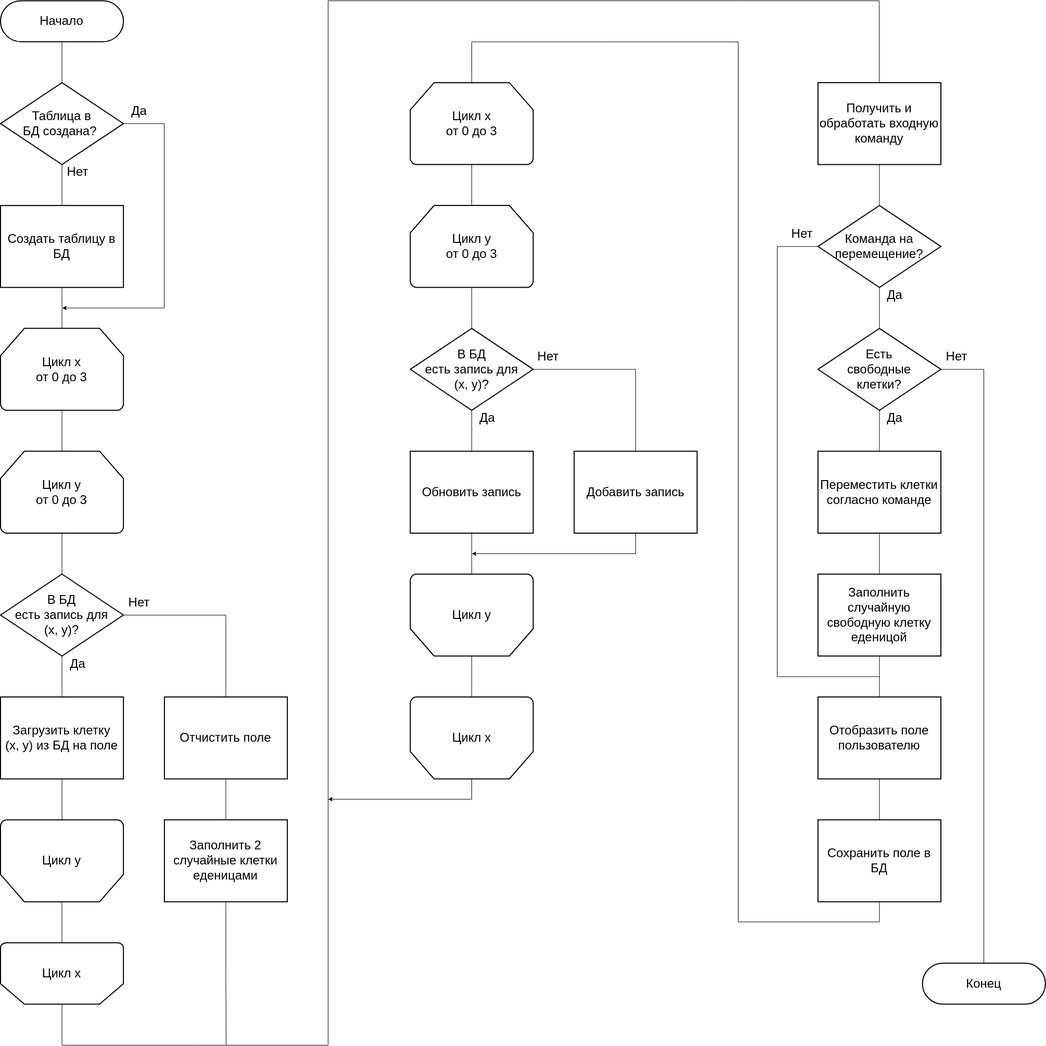
Before: diagrams/flowcharts.drawio.png, a diagram exported from draw.io (Destructor17/graduation_project_report). Source tidied: cells renumbered, new cells last; positions are measured from the earlier drawing's top-left corner, leaving out a move shared by most shapes.
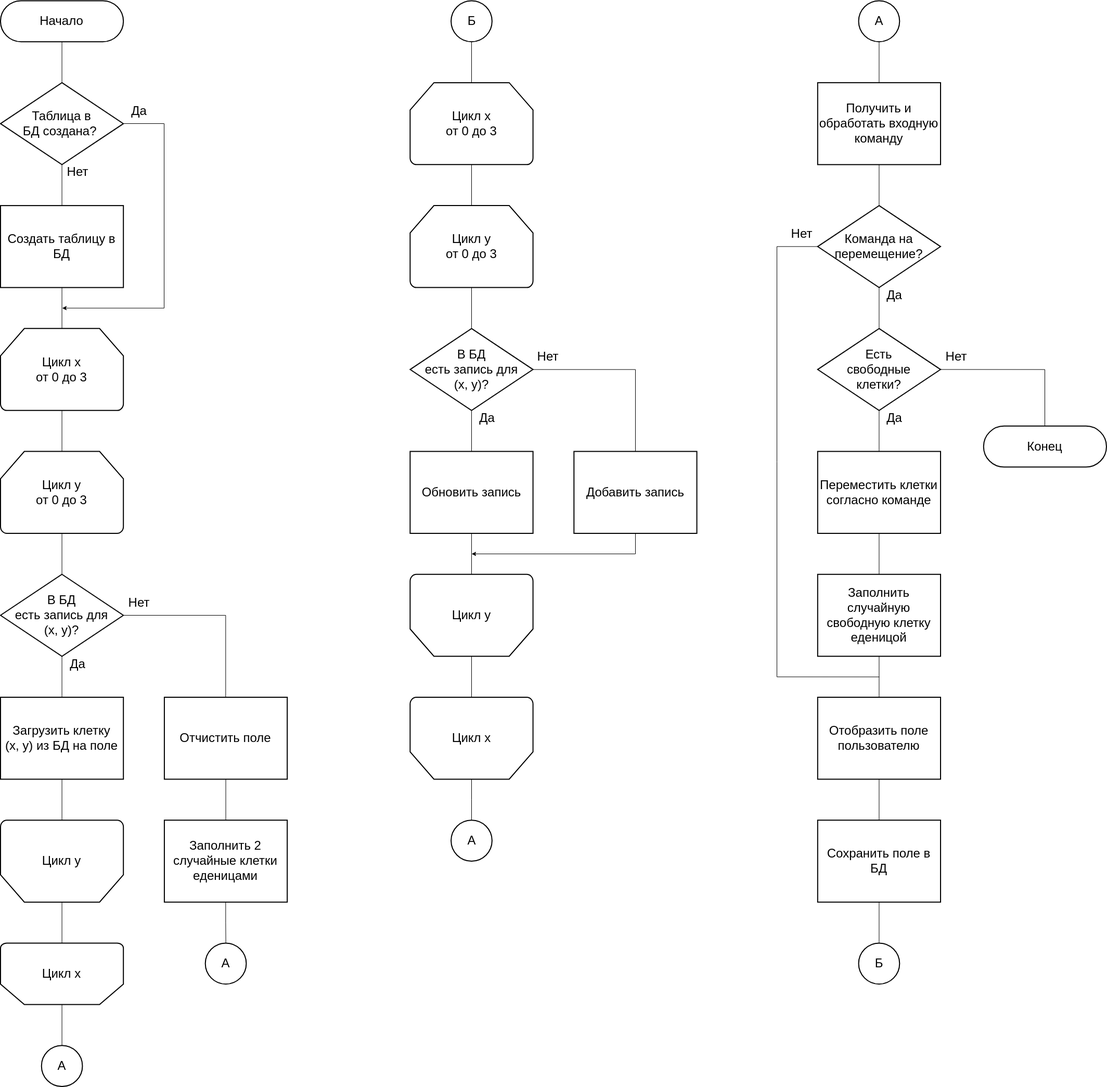
The same file after the commit.

The edit, as a diff of the source:
```diff
@@ -62,13 +62,10 @@
     <mxCell id="19" value="&lt;span style=&quot;font-size: 24px;&quot;&gt;Загрузить клетку &lt;br style=&quot;font-size: 24px;&quot;&gt;(x, y) из БД на поле&lt;/span&gt;" style="rounded=0;whiteSpace=wrap;html=1;absoluteArcSize=1;arcSize=0;strokeWidth=2;strokeColor=default;align=center;verticalAlign=middle;fontFamily=Helvetica;fontSize=24;fontColor=default;fillColor=default;comic=0;fixDash=0;snapToPoint=0;" parent="1" vertex="1">
       <mxGeometry x="0.5" y="1338.5" width="236.2" height="157.5" as="geometry" />
     </mxCell>
-    <mxCell id="20" style="edgeStyle=orthogonalEdgeStyle;rounded=0;jettySize=auto;html=1;endArrow=none;endFill=0;" parent="1" edge="1" source="21" target="29">
+    <mxCell id="20" style="edgeStyle=orthogonalEdgeStyle;rounded=0;jettySize=auto;html=1;endArrow=none;endFill=0;" parent="1" edge="1" source="21" target="69">
       <mxGeometry relative="1" as="geometry">
         <Array as="points">
           <mxPoint x="119" y="2008" />
-          <mxPoint x="630" y="2008" />
-          <mxPoint x="630" />
-          <mxPoint x="1689" />
         </Array>
       </mxGeometry>
     </mxCell>
@@ -87,10 +84,8 @@
     <mxCell id="25" value="&lt;span style=&quot;font-size: 24px;&quot;&gt;Отчистить поле&lt;/span&gt;" style="rounded=0;whiteSpace=wrap;html=1;absoluteArcSize=1;arcSize=0;strokeWidth=2;strokeColor=default;align=center;verticalAlign=middle;fontFamily=Helvetica;fontSize=24;fontColor=default;fillColor=default;comic=0;fixDash=0;snapToPoint=0;" parent="1" vertex="1">
       <mxGeometry x="315.4" y="1338.5" width="236.2" height="157.5" as="geometry" />
     </mxCell>
-    <mxCell id="26" style="edgeStyle=orthogonalEdgeStyle;rounded=0;jettySize=auto;html=1;endArrow=none;endFill=0;" parent="1" edge="1" source="27">
-      <mxGeometry relative="1" as="geometry">
-        <mxPoint x="434" y="2008" as="targetPoint" />
-      </mxGeometry>
+    <mxCell id="26" style="edgeStyle=orthogonalEdgeStyle;rounded=0;jettySize=auto;html=1;endArrow=none;endFill=0;" parent="1" edge="1" source="27" target="76">
+      <mxGeometry relative="1" as="geometry" />
     </mxCell>
     <mxCell id="27" value="&lt;span style=&quot;font-size: 24px;&quot;&gt;Заполнить 2 случайные клетки еденицами&lt;/span&gt;" style="rounded=0;whiteSpace=wrap;html=1;absoluteArcSize=1;arcSize=0;strokeWidth=2;strokeColor=default;align=center;verticalAlign=middle;fontFamily=Helvetica;fontSize=24;fontColor=default;fillColor=default;comic=0;fixDash=0;snapToPoint=0;" parent="1" vertex="1">
       <mxGeometry x="315.4" y="1574.7" width="236.2" height="157.5" as="geometry" />
@@ -146,7 +141,7 @@
     <mxCell id="42" style="edgeStyle=orthogonalEdgeStyle;rounded=0;jettySize=auto;html=1;endArrow=none;endFill=0;fontSize=24;exitX=1;exitY=0.5;exitDx=0;exitDy=0;exitPerimeter=0;" parent="1" edge="1" source="43" target="48">
       <mxGeometry relative="1" as="geometry">
         <Array as="points">
-          <mxPoint x="1890" y="709" />
+          <mxPoint x="2008" y="709" />
         </Array>
       </mxGeometry>
     </mxCell>
@@ -166,18 +161,11 @@
       <mxGeometry x="1571.3" y="1338.5" width="236.2" height="157.5" as="geometry" />
     </mxCell>
     <mxCell id="48" value="&lt;span style=&quot;font-size: 24px;&quot;&gt;Конец&lt;/span&gt;" style="rounded=1;whiteSpace=wrap;html=1;absoluteArcSize=1;arcSize=100;strokeWidth=2;strokeColor=default;align=center;verticalAlign=middle;fontFamily=Helvetica;fontSize=24;fontColor=default;fillColor=default;comic=0;fixDash=0;snapToPoint=0;" parent="1" vertex="1">
-      <mxGeometry x="1772.1" y="1850.3" width="236.2" height="78.7" as="geometry" />
+      <mxGeometry x="1890.2" y="817.3" width="236.2" height="78.7" as="geometry" />
     </mxCell>
-    <mxCell id="49" style="edgeStyle=orthogonalEdgeStyle;rounded=0;jettySize=auto;html=1;exitX=0.5;exitY=1;exitDx=0;exitDy=0;fontSize=24;entryX=0.5;entryY=0;entryDx=0;entryDy=0;entryPerimeter=0;endArrow=none;endFill=0;" parent="1" edge="1" source="50" target="67">
-      <mxGeometry relative="1" as="geometry">
-        <Array as="points">
-          <mxPoint x="1689" y="1771" />
-          <mxPoint x="1418" y="1771" />
-          <mxPoint x="1418" y="79" />
-          <mxPoint x="906" y="79" />
-        </Array>
-      </mxGeometry>
-    </mxCell>
+    <mxCell id="68" style="edgeStyle=none;html=1;endArrow=none;endFill=0;" parent="1" edge="1" source="50" target="73">
+      <mxGeometry relative="1" as="geometry" />
+    </mxCell>
     <mxCell id="50" value="&lt;span style=&quot;font-size: 24px;&quot;&gt;Сохранить поле в БД&lt;/span&gt;" style="rounded=0;whiteSpace=wrap;html=1;absoluteArcSize=1;arcSize=0;strokeWidth=2;strokeColor=default;align=center;verticalAlign=middle;fontFamily=Helvetica;fontSize=24;fontColor=default;fillColor=default;comic=0;fixDash=0;snapToPoint=0;" parent="1" vertex="1">
       <mxGeometry x="1571.3" y="1574.7" width="236.2" height="157.5" as="geometry" />
     </mxCell>
@@ -208,14 +196,8 @@
     <mxCell id="59" value="&lt;span style=&quot;font-size: 24px;&quot;&gt;Обновить запись&lt;/span&gt;" style="rounded=0;whiteSpace=wrap;html=1;absoluteArcSize=1;arcSize=0;strokeWidth=2;strokeColor=default;align=center;verticalAlign=middle;fontFamily=Helvetica;fontSize=24;fontColor=default;fillColor=default;comic=0;fixDash=0;snapToPoint=0;" parent="1" vertex="1">
       <mxGeometry x="787.9" y="866.1" width="236.2" height="157.5" as="geometry" />
     </mxCell>
-    <mxCell id="60" style="edgeStyle=orthogonalEdgeStyle;rounded=0;jettySize=auto;html=1;" parent="1" edge="1" source="61">
-      <mxGeometry relative="1" as="geometry">
-        <mxPoint x="630" y="1535" as="targetPoint" />
-        <Array as="points">
-          <mxPoint x="906" y="1535" />
-          <mxPoint x="630" y="1535" />
-        </Array>
-      </mxGeometry>
+    <mxCell id="60" style="edgeStyle=orthogonalEdgeStyle;rounded=0;jettySize=auto;html=1;endArrow=none;endFill=0;" parent="1" edge="1" source="61" target="70">
+      <mxGeometry relative="1" as="geometry" />
     </mxCell>
     <mxCell id="61" value="Цикл x" style="strokeWidth=2;html=1;shape=mxgraph.flowchart.loop_limit;whiteSpace=wrap;flipV=1;perimeterSpacing=0;noLabel=0;fontSize=24;rounded=0;" parent="1" vertex="1">
       <mxGeometry x="787.9" y="1338.5" width="236.2" height="157.5" as="geometry" />
@@ -243,5 +225,29 @@
     <mxCell id="67" value="Цикл x&lt;br style=&quot;font-size: 24px;&quot;&gt;от 0 до 3" style="strokeWidth=2;html=1;shape=mxgraph.flowchart.loop_limit;whiteSpace=wrap;flipV=0;perimeterSpacing=0;noLabel=0;fontSize=24;rounded=0;" parent="1" vertex="1">
       <mxGeometry x="787.9" y="157.4" width="236.2" height="157.5" as="geometry" />
     </mxCell>
+    <mxCell id="69" value="&lt;span style=&quot;font-size: 24px;&quot;&gt;А&lt;/span&gt;" style="strokeWidth=2;html=1;shape=mxgraph.flowchart.start_2;whiteSpace=wrap;" parent="1" vertex="1">
+      <mxGeometry x="79.2" y="2007.8" width="78.7" height="78.7" as="geometry" />
+    </mxCell>
+    <mxCell id="70" value="&lt;span style=&quot;font-size: 24px;&quot;&gt;А&lt;/span&gt;" style="strokeWidth=2;html=1;shape=mxgraph.flowchart.start_2;whiteSpace=wrap;" parent="1" vertex="1">
+      <mxGeometry x="866.6" y="1574.7" width="78.7" height="78.7" as="geometry" />
+    </mxCell>
+    <mxCell id="71" style="edgeStyle=none;html=1;endArrow=none;endFill=0;" parent="1" edge="1" source="72" target="29">
+      <mxGeometry relative="1" as="geometry" />
+    </mxCell>
+    <mxCell id="72" value="&lt;span style=&quot;font-size: 24px;&quot;&gt;А&lt;/span&gt;" style="strokeWidth=2;html=1;shape=mxgraph.flowchart.start_2;whiteSpace=wrap;" parent="1" vertex="1">
+      <mxGeometry x="1650.1" y="-0.1" width="78.7" height="78.7" as="geometry" />
+    </mxCell>
+    <mxCell id="73" value="&lt;span style=&quot;font-size: 24px;&quot;&gt;Б&lt;/span&gt;" style="strokeWidth=2;html=1;shape=mxgraph.flowchart.start_2;whiteSpace=wrap;" parent="1" vertex="1">
+      <mxGeometry x="1650" y="1810.9" width="78.7" height="78.7" as="geometry" />
+    </mxCell>
+    <mxCell id="74" style="edgeStyle=none;html=1;endArrow=none;endFill=0;" parent="1" edge="1" source="75" target="67">
+      <mxGeometry relative="1" as="geometry" />
+    </mxCell>
+    <mxCell id="75" value="&lt;span style=&quot;font-size: 24px;&quot;&gt;Б&lt;/span&gt;" style="strokeWidth=2;html=1;shape=mxgraph.flowchart.start_2;whiteSpace=wrap;" parent="1" vertex="1">
+      <mxGeometry x="866.6" y="-0.1" width="78.7" height="78.7" as="geometry" />
+    </mxCell>
+    <mxCell id="76" value="&lt;span style=&quot;font-size: 24px;&quot;&gt;А&lt;/span&gt;" style="strokeWidth=2;html=1;shape=mxgraph.flowchart.start_2;whiteSpace=wrap;" parent="1" vertex="1">
+      <mxGeometry x="394.2" y="1810.9" width="78.7" height="78.7" as="geometry" />
+    </mxCell>
   </root>
 </mxGraphModel>
```
